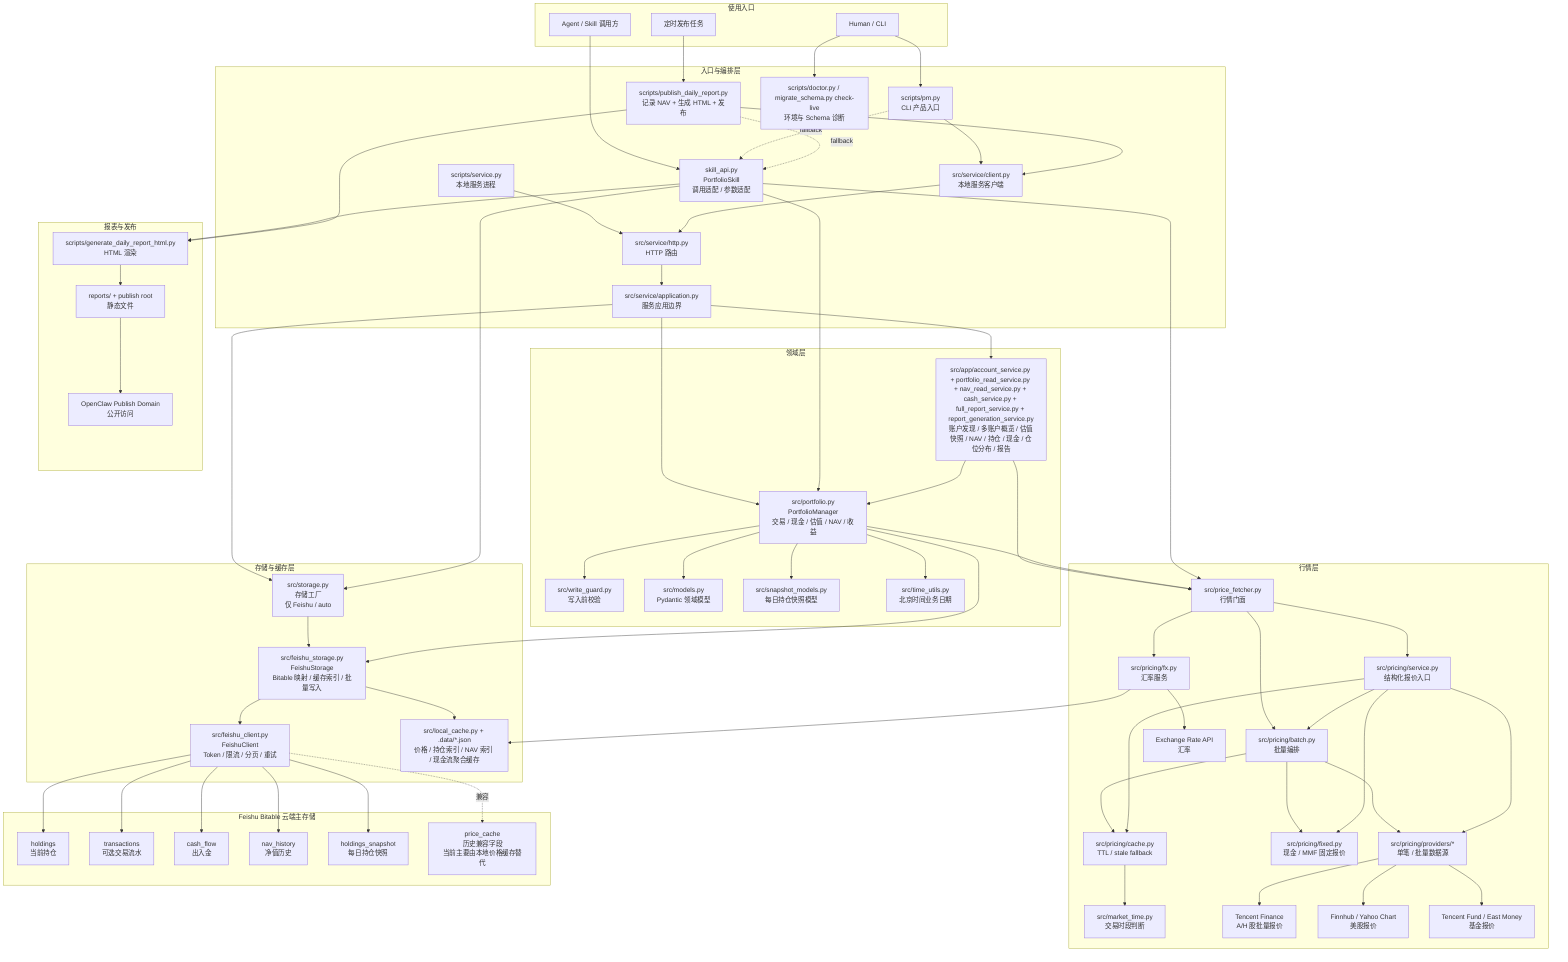
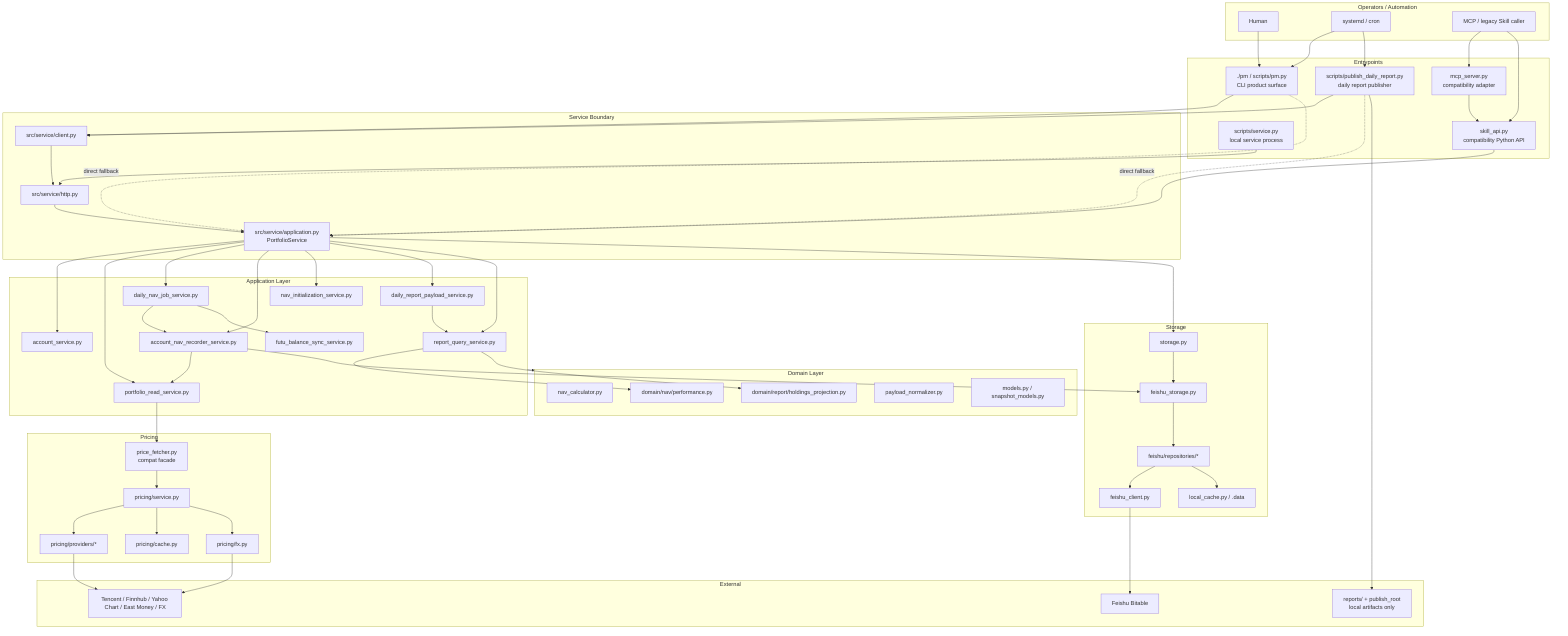
flowchart TB
-     subgraph Operators["使用入口"]
-         Agent["Agent / Skill 调用方"]
-         Human["Human / CLI"]
-         Scheduler["定时发布任务"]
+     subgraph Operators["Operators / Automation"]
+         Human["Human"]
+         Scheduler["systemd / cron"]
+         Agent["MCP / legacy Skill caller"]
    end

-     subgraph Entry["入口与编排层"]
-         SkillAPI["skill_api.py<br/>PortfolioSkill<br/>调用适配 / 参数适配"]
-         CLI["scripts/pm.py<br/>CLI 产品入口"]
-         ServiceRunner["scripts/service.py<br/>本地服务进程"]
-         ServiceClient["src/service/client.py<br/>本地服务客户端"]
-         ServiceHTTP["src/service/http.py<br/>HTTP 路由"]
-         ServiceApp["src/service/application.py<br/>服务应用边界"]
-         Publish["scripts/publish_daily_report.py<br/>记录 NAV + 生成 HTML + 发布"]
-         Doctor["scripts/doctor.py / migrate_schema.py check-live<br/>环境与 Schema 诊断"]
+     subgraph Entry["Entrypoints"]
+         CLI["./pm / scripts/pm.py<br/>CLI product surface"]
+         ServiceRunner["scripts/service.py<br/>local service process"]
+         Publisher["scripts/publish_daily_report.py<br/>daily report publisher"]
+         MCP["mcp_server.py<br/>compatibility adapter"]
+         SkillAPI["skill_api.py<br/>compatibility Python API"]
    end

-     subgraph Domain["领域层"]
-         PM["src/portfolio.py<br/>PortfolioManager<br/>交易 / 现金 / 估值 / NAV / 收益"]
-         AppRead["src/app/account_service.py + portfolio_read_service.py + nav_read_service.py + cash_service.py + full_report_service.py + report_generation_service.py<br/>账户发现 / 多账户概览 / 估值快照 / NAV / 持仓 / 现金 / 仓位分布 / 报告"]
-         Guard["src/write_guard.py<br/>写入前校验"]
-         Models["src/models.py<br/>Pydantic 领域模型"]
-         Snapshot["src/snapshot_models.py<br/>每日持仓快照模型"]
-         Time["src/time_utils.py<br/>北京时间业务日期"]
+     subgraph Service["Service Boundary"]
+         ServiceClient["src/service/client.py"]
+         HTTP["src/service/http.py"]
+         AppFacade["src/service/application.py<br/>PortfolioService"]
    end

-     subgraph Pricing["行情层"]
-         PF["src/price_fetcher.py<br/>行情门面"]
-         PS["src/pricing/service.py<br/>结构化报价入口"]
-         PBatch["src/pricing/batch.py<br/>批量编排"]
-         PCache["src/pricing/cache.py<br/>TTL / stale fallback"]
-         PFixed["src/pricing/fixed.py<br/>现金 / MMF 固定报价"]
-         PFX["src/pricing/fx.py<br/>汇率服务"]
-         PProviders["src/pricing/providers/*<br/>单笔 / 批量数据源"]
-         MarketTime["src/market_time.py<br/>交易时段判断"]
-         Tencent["Tencent Finance<br/>A/H 股批量报价"]
-         USQuote["Finnhub / Yahoo Chart<br/>美股报价"]
-         FundQuote["Tencent Fund / East Money<br/>基金报价"]
-         FX["Exchange Rate API<br/>汇率"]
+     subgraph App["Application Layer"]
+         Account["account_service.py"]
+         Read["portfolio_read_service.py"]
+         DailyJob["daily_nav_job_service.py"]
+         AccountNav["account_nav_recorder_service.py"]
+         InitNav["nav_initialization_service.py"]
+         ReportPayload["daily_report_payload_service.py"]
+         ReportQuery["report_query_service.py"]
+         FutuSync["futu_balance_sync_service.py"]
    end

-     subgraph Storage["存储与缓存层"]
-         Factory["src/storage.py<br/>存储工厂<br/>仅 Feishu / auto"]
-         FS["src/feishu_storage.py<br/>FeishuStorage<br/>Bitable 映射 / 缓存索引 / 批量写入"]
-         FC["src/feishu_client.py<br/>FeishuClient<br/>Token / 限流 / 分页 / 重试"]
-         LocalCache["src/local_cache.py + .data/*.json<br/>价格 / 持仓索引 / NAV 索引 / 现金流聚合缓存"]
+     subgraph Domain["Domain Layer"]
+         NavCalc["nav_calculator.py"]
+         Performance["domain/nav/performance.py"]
+         HoldingsProjection["domain/report/holdings_projection.py"]
+         Payload["payload_normalizer.py"]
+         Models["models.py / snapshot_models.py"]
    end

-     subgraph Bitable["Feishu Bitable 云端主存储"]
-         Holdings["holdings<br/>当前持仓"]
-         Tx["transactions<br/>可选交易流水"]
-         CashFlow["cash_flow<br/>出入金"]
-         NAV["nav_history<br/>净值历史"]
-         HoldingsSnapshot["holdings_snapshot<br/>每日持仓快照"]
-         PriceCache["price_cache<br/>历史兼容字段<br/>当前主要由本地价格缓存替代"]
+     subgraph Pricing["Pricing"]
+         PriceFetcher["price_fetcher.py<br/>compat facade"]
+         PriceService["pricing/service.py"]
+         Providers["pricing/providers/*"]
+         Fx["pricing/fx.py"]
+         CachePolicy["pricing/cache.py"]
    end

-     subgraph Report["报表与发布"]
-         DailyHTML["scripts/generate_daily_report_html.py<br/>HTML 渲染"]
-         Static["reports/ + publish root<br/>静态文件"]
-         PublicSite["OpenClaw Publish Domain<br/>公开访问"]
+     subgraph Storage["Storage"]
+         StorageFactory["storage.py"]
+         FeishuStorage["feishu_storage.py"]
+         Repos["feishu/repositories/*"]
+         FeishuClient["feishu_client.py"]
+         LocalCache["local_cache.py / .data"]
    end

+     subgraph External["External"]
+         Feishu["Feishu Bitable"]
+         Quotes["Tencent / Finnhub / Yahoo Chart / East Money / FX"]
+         Reports["reports/ + publish_root<br/>local artifacts only"]
+     end
+ 
+     Human --> CLI
+     Scheduler --> CLI
+     Scheduler --> Publisher
+     Agent --> MCP
    Agent --> SkillAPI
-     Human --> CLI
-     Human --> Doctor
-     Scheduler --> Publish

    CLI --> ServiceClient
-     CLI -.fallback.-> SkillAPI
-     ServiceRunner --> ServiceHTTP
-     ServiceClient --> ServiceHTTP
-     ServiceHTTP --> ServiceApp
-     ServiceApp --> Factory
-     ServiceApp --> PM
-     ServiceApp --> AppRead
-     Publish --> ServiceClient
-     Publish -.fallback.-> SkillAPI
-     SkillAPI --> Factory
-     Factory --> FS
-     SkillAPI --> PM
-     SkillAPI --> PF
-     AppRead --> PM
-     AppRead --> PF
-     PM --> Guard
-     PM --> Models
-     PM --> Snapshot
-     PM --> Time
-     PM --> FS
-     PM --> PF
+     CLI -.direct fallback.-> AppFacade
+     Publisher --> ServiceClient
+     Publisher -.direct fallback.-> AppFacade
+     ServiceRunner --> HTTP
+     ServiceClient --> HTTP
+     HTTP --> AppFacade
+     MCP --> SkillAPI
+     SkillAPI --> AppFacade

-     PF --> PS
-     PF --> PBatch
-     PBatch --> PCache
-     PBatch --> PFixed
-     PBatch --> PProviders
-     PS --> PBatch
-     PS --> PProviders
-     PS --> PCache
-     PS --> PFixed
-     PCache --> MarketTime
-     PF --> PFX
-     PProviders --> Tencent
-     PProviders --> USQuote
-     PProviders --> FundQuote
-     PFX --> LocalCache
-     PFX --> FX
+     AppFacade --> Account
+     AppFacade --> Read
+     AppFacade --> DailyJob
+     AppFacade --> AccountNav
+     AppFacade --> InitNav
+     AppFacade --> ReportPayload
+     AppFacade --> ReportQuery
+     AppFacade --> StorageFactory

-     FS --> LocalCache
-     FS --> FC
-     FC --> Holdings
-     FC --> Tx
-     FC --> CashFlow
-     FC --> NAV
-     FC --> HoldingsSnapshot
-     FC -.兼容.-> PriceCache
+     DailyJob --> AccountNav
+     DailyJob --> FutuSync
+     AccountNav --> Read
+     AccountNav --> FeishuStorage
+     ReportPayload --> ReportQuery
+     ReportQuery --> Performance
+     ReportQuery --> HoldingsProjection
+     App --> Domain

-     SkillAPI --> DailyHTML
-     Publish --> DailyHTML
-     DailyHTML --> Static
-     Static --> PublicSite
+     Read --> PriceFetcher
+     PriceFetcher --> PriceService
+     PriceService --> Providers
+     PriceService --> CachePolicy
+     PriceService --> Fx
+     Providers --> Quotes
+     Fx --> Quotes
+ 
+     StorageFactory --> FeishuStorage
+     FeishuStorage --> Repos
+     Repos --> FeishuClient
+     Repos --> LocalCache
+     FeishuClient --> Feishu
+     Publisher --> Reports
